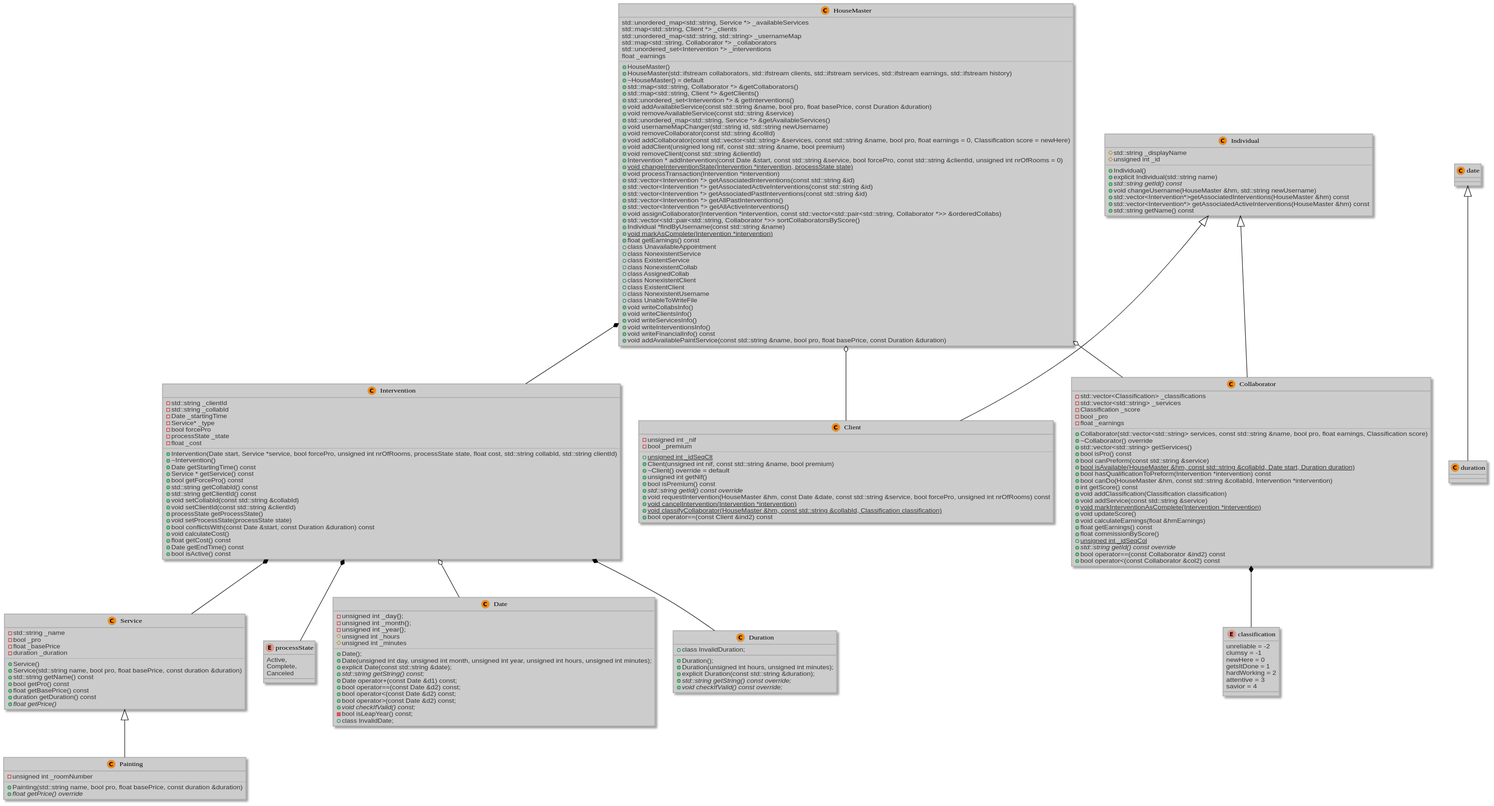
The PlantUML diagram docs/classDiagram.svg in Sirze01/Projeto_AEDA_1_HouseMaster, before a commit.
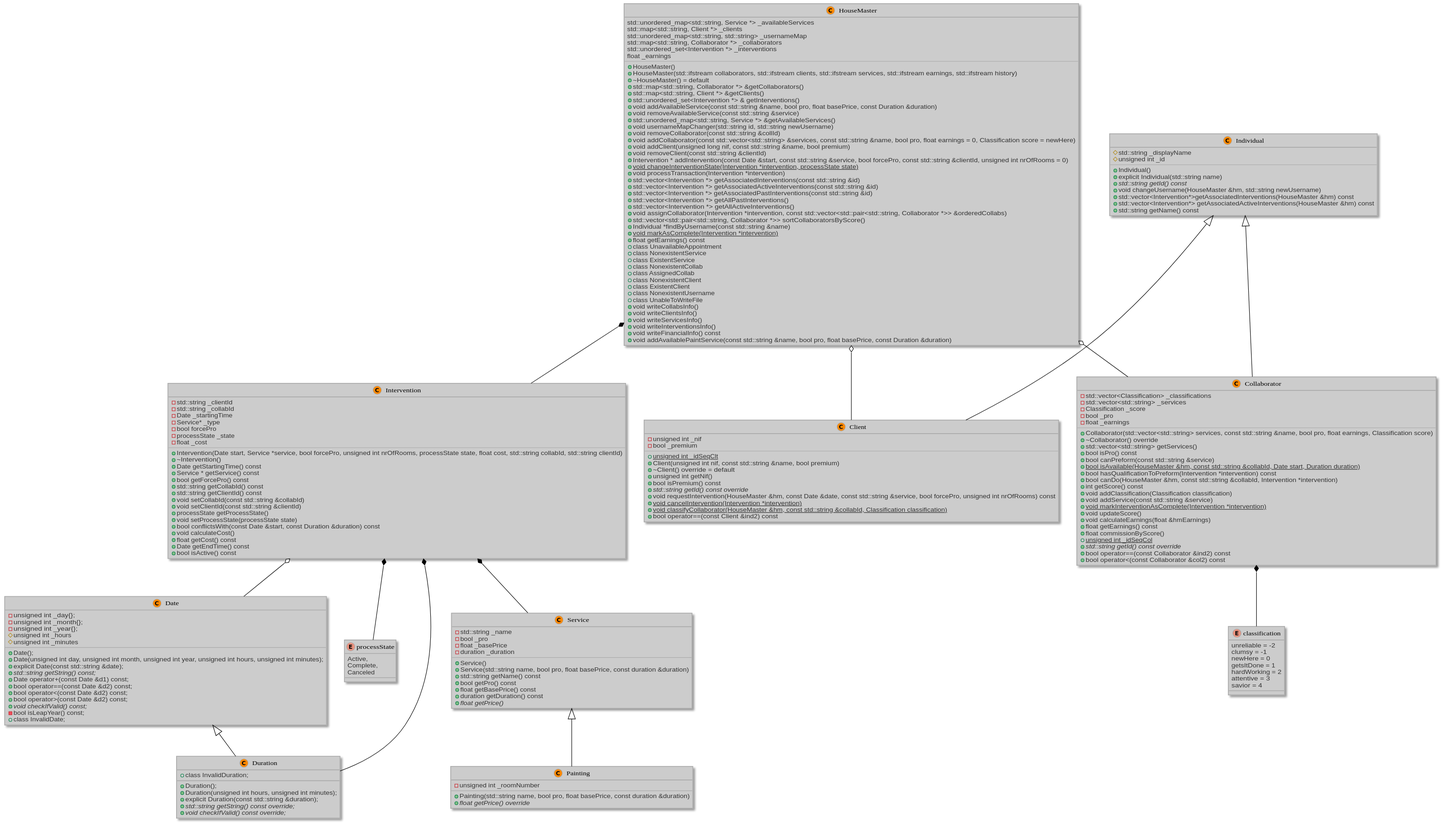
Later version of the same file.

What changed in the source:
```diff
@@ -210,7 +210,7 @@
 
  Individual <|-- Collaborator
  Individual <|-- Client
- date <|-- duration
+ Date <|-- Duration
  Service<|-- Painting
  HouseMaster o-- Client
  HouseMaster o-- Collaborator
```
